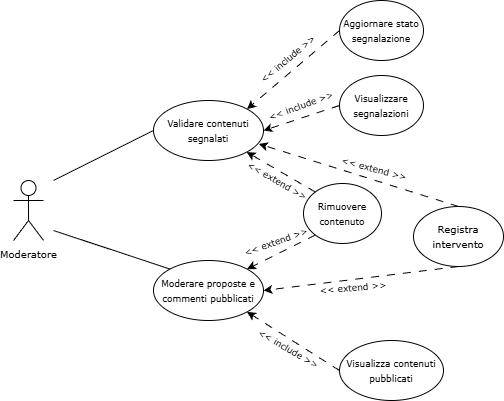
Trento-Decide/Deliverable-1 keeps this draw.io diagram as img/usecase/Moderatore.png. Above is the earlier version. Source tidied: cells renumbered, new cells last; positions are measured from the earlier drawing's top-left corner, leaving out a move shared by most shapes.
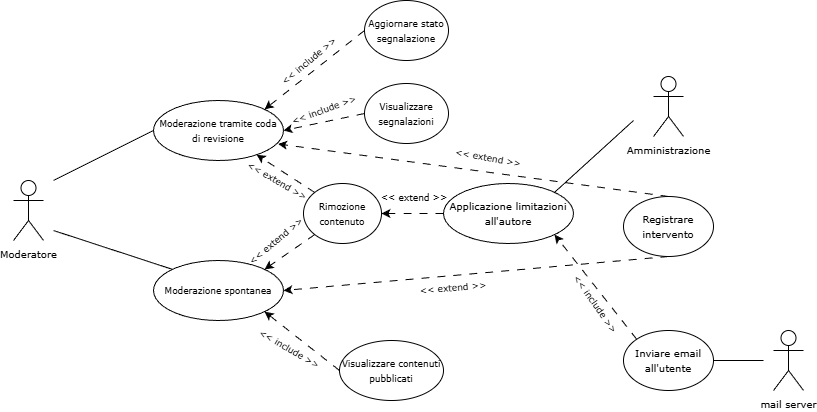
After the commit.

Commit message:
Revisione ch1, ch2, ch3, use case di moderatore e amministratore.

Change to the diagram source:
```diff
@@ -14,27 +14,27 @@
       <mxGeometry relative="1" as="geometry" />
     </mxCell>
     <mxCell id="5" value="&amp;lt;&amp;lt; include &amp;gt;&amp;gt;" style="text;html=1;whiteSpace=wrap;strokeColor=none;fillColor=none;align=center;verticalAlign=middle;rounded=0;fontSize=9;fontStyle=0;fontFamily=Verdana;rotation=30;" parent="1" vertex="1">
-      <mxGeometry x="235" y="334" width="80" height="30" as="geometry" />
+      <mxGeometry x="236" y="334" width="80" height="30" as="geometry" />
     </mxCell>
     <mxCell id="6" value="&amp;lt;&amp;lt; extend &amp;gt;&amp;gt;" style="text;html=1;whiteSpace=wrap;strokeColor=none;fillColor=none;align=center;verticalAlign=middle;rounded=0;fontSize=9;fontStyle=0;fontFamily=Verdana;rotation=-5;" parent="1" vertex="1">
-      <mxGeometry x="300" y="273" width="80" height="30" as="geometry" />
+      <mxGeometry x="400" y="273" width="80" height="30" as="geometry" />
     </mxCell>
-    <mxCell id="7" value="&lt;font style=&quot;font-size: 9px;&quot; face=&quot;Verdana&quot;&gt;Validare contenuti segnalati&lt;/font&gt;" style="ellipse;whiteSpace=wrap;html=1;" parent="1" vertex="1">
-      <mxGeometry x="140" y="100" width="110" height="60" as="geometry" />
+    <mxCell id="7" value="&lt;font style=&quot;font-size: 9px;&quot; face=&quot;Verdana&quot;&gt;Moderazione tramite coda di revisione&lt;/font&gt;" style="ellipse;whiteSpace=wrap;html=1;" parent="1" vertex="1">
+      <mxGeometry x="140" y="100" width="130" height="60" as="geometry" />
     </mxCell>
-    <mxCell id="8" value="&lt;font style=&quot;font-size: 9px;&quot; face=&quot;Verdana&quot;&gt;Moderare proposte e commenti pubblicati&lt;/font&gt;" style="ellipse;whiteSpace=wrap;html=1;" parent="1" vertex="1">
-      <mxGeometry x="140" y="260" width="110" height="60" as="geometry" />
+    <mxCell id="8" value="&lt;font style=&quot;font-size: 9px;&quot; face=&quot;Verdana&quot;&gt;Moderazione spontanea&lt;/font&gt;" style="ellipse;whiteSpace=wrap;html=1;" parent="1" vertex="1">
+      <mxGeometry x="140" y="260" width="130" height="60" as="geometry" />
     </mxCell>
     <mxCell id="9" style="endArrow=none;html=1;rounded=1;curved=0;exitX=0;exitY=0;exitDx=0;exitDy=0;" parent="1" edge="1" source="8">
       <mxGeometry relative="1" as="geometry">
         <mxPoint x="40" y="230" as="targetPoint" />
       </mxGeometry>
     </mxCell>
-    <mxCell id="10" value="&lt;font style=&quot;font-size: 9px;&quot; face=&quot;Verdana&quot;&gt;Rimuovere contenuto&lt;/font&gt;" style="ellipse;whiteSpace=wrap;html=1;" parent="1" vertex="1">
+    <mxCell id="10" value="&lt;font style=&quot;font-size: 9px;&quot; face=&quot;Verdana&quot;&gt;Rimozione contenuto&lt;/font&gt;" style="ellipse;whiteSpace=wrap;html=1;" parent="1" vertex="1">
       <mxGeometry x="290" y="183" width="78" height="60" as="geometry" />
     </mxCell>
     <mxCell id="11" value="&lt;font style=&quot;font-size: 9px;&quot; face=&quot;Verdana&quot;&gt;Visualizzare segnalazioni&lt;/font&gt;" style="ellipse;whiteSpace=wrap;html=1;" parent="1" vertex="1">
-      <mxGeometry x="326" y="75" width="84" height="60" as="geometry" />
+      <mxGeometry x="351" y="83" width="84" height="60" as="geometry" />
     </mxCell>
     <mxCell id="12" style="endArrow=classic;html=1;rounded=1;dashed=1;dashPattern=8 8;curved=0;exitX=0;exitY=1;exitDx=0;exitDy=0;entryX=1;entryY=0;entryDx=0;entryDy=0;" parent="1" edge="1" source="10" target="8">
       <mxGeometry relative="1" as="geometry" />
@@ -42,32 +42,32 @@
     <mxCell id="13" style="endArrow=classic;html=1;rounded=1;dashed=1;dashPattern=8 8;curved=0;exitX=0;exitY=0.5;exitDx=0;exitDy=0;entryX=1;entryY=0.5;entryDx=0;entryDy=0;" parent="1" edge="1" source="11" target="7">
       <mxGeometry relative="1" as="geometry" />
     </mxCell>
-    <mxCell id="14" value="&amp;lt;&amp;lt; extend &amp;gt;&amp;gt;" style="text;html=1;whiteSpace=wrap;strokeColor=none;fillColor=none;align=center;verticalAlign=middle;rounded=0;fontSize=9;fontStyle=0;fontFamily=Verdana;rotation=-20;" parent="1" vertex="1">
-      <mxGeometry x="223" y="227" width="80" height="30" as="geometry" />
+    <mxCell id="14" value="&amp;lt;&amp;lt; extend &amp;gt;&amp;gt;" style="text;html=1;whiteSpace=wrap;strokeColor=none;fillColor=none;align=center;verticalAlign=middle;rounded=0;fontSize=9;fontStyle=0;fontFamily=Verdana;rotation=-40;" parent="1" vertex="1">
+      <mxGeometry x="223" y="226" width="80" height="30" as="geometry" />
     </mxCell>
     <mxCell id="15" value="&amp;lt;&amp;lt; extend &amp;gt;&amp;gt;" style="text;html=1;whiteSpace=wrap;strokeColor=none;fillColor=none;align=center;verticalAlign=middle;rounded=0;fontSize=9;fontStyle=0;fontFamily=Verdana;rotation=30;" parent="1" vertex="1">
       <mxGeometry x="224" y="166" width="80" height="30" as="geometry" />
     </mxCell>
     <mxCell id="16" value="&amp;lt;&amp;lt; include &amp;gt;&amp;gt;" style="text;html=1;whiteSpace=wrap;strokeColor=none;fillColor=none;align=center;verticalAlign=middle;rounded=0;fontSize=9;fontStyle=0;fontFamily=Verdana;rotation=-20;" parent="1" vertex="1">
-      <mxGeometry x="248" y="91" width="80" height="30" as="geometry" />
+      <mxGeometry x="271" y="95" width="80" height="30" as="geometry" />
     </mxCell>
     <mxCell id="17" value="&amp;lt;&amp;lt; include &amp;gt;&amp;gt;" style="text;html=1;whiteSpace=wrap;strokeColor=none;fillColor=none;align=center;verticalAlign=middle;rounded=0;fontSize=9;fontStyle=0;fontFamily=Verdana;rotation=-40;" parent="1" vertex="1">
-      <mxGeometry x="235" y="44" width="80" height="30" as="geometry" />
+      <mxGeometry x="256" y="46" width="80" height="30" as="geometry" />
     </mxCell>
     <mxCell id="18" value="&lt;font style=&quot;font-size: 9px;&quot; face=&quot;Verdana&quot;&gt;Aggiornare stato segnalazione&lt;/font&gt;" style="ellipse;whiteSpace=wrap;html=1;" parent="1" vertex="1">
-      <mxGeometry x="326" width="84" height="60" as="geometry" />
+      <mxGeometry x="351" width="84" height="60" as="geometry" />
     </mxCell>
     <mxCell id="19" style="endArrow=classic;html=1;rounded=1;dashed=1;dashPattern=8 8;curved=0;exitX=0;exitY=0.5;exitDx=0;exitDy=0;entryX=1;entryY=0;entryDx=0;entryDy=0;" parent="1" edge="1" source="18" target="7">
       <mxGeometry relative="1" as="geometry" />
     </mxCell>
-    <mxCell id="20" value="&lt;font style=&quot;font-size: 9px;&quot; face=&quot;Verdana&quot;&gt;Visualizza contenuti pubblicati&lt;/font&gt;" style="ellipse;whiteSpace=wrap;html=1;" parent="1" vertex="1">
+    <mxCell id="20" value="&lt;font style=&quot;font-size: 9px;&quot; face=&quot;Verdana&quot;&gt;Visualizzare contenuti pubblicati&lt;/font&gt;" style="ellipse;whiteSpace=wrap;html=1;" parent="1" vertex="1">
       <mxGeometry x="326" y="340" width="104" height="60" as="geometry" />
     </mxCell>
     <mxCell id="21" style="endArrow=classic;html=1;rounded=1;dashed=1;dashPattern=8 8;curved=0;exitX=0;exitY=0.5;exitDx=0;exitDy=0;entryX=1;entryY=1;entryDx=0;entryDy=0;" parent="1" edge="1" source="20" target="8">
       <mxGeometry relative="1" as="geometry" />
     </mxCell>
-    <mxCell id="22" value="&lt;font face=&quot;Verdana&quot; size=&quot;1&quot;&gt;Registra intervento&lt;/font&gt;" style="ellipse;whiteSpace=wrap;html=1;" parent="1" vertex="1">
-      <mxGeometry x="400" y="206" width="90" height="60" as="geometry" />
+    <mxCell id="22" value="&lt;font face=&quot;Verdana&quot; size=&quot;1&quot;&gt;Registrare intervento&lt;/font&gt;" style="ellipse;whiteSpace=wrap;html=1;" parent="1" vertex="1">
+      <mxGeometry x="610" y="196" width="90" height="60" as="geometry" />
     </mxCell>
     <mxCell id="23" style="endArrow=classic;html=1;rounded=1;dashed=1;dashPattern=8 8;curved=0;exitX=0.5;exitY=1;exitDx=0;exitDy=0;entryX=1;entryY=0.5;entryDx=0;entryDy=0;" parent="1" edge="1" source="22" target="8">
       <mxGeometry relative="1" as="geometry" />
@@ -75,8 +75,42 @@
     <mxCell id="24" style="endArrow=classic;html=1;rounded=1;dashed=1;dashPattern=8 8;curved=0;exitX=0.5;exitY=0;exitDx=0;exitDy=0;entryX=0.958;entryY=0.724;entryDx=0;entryDy=0;entryPerimeter=0;" parent="1" edge="1" source="22" target="7">
       <mxGeometry relative="1" as="geometry" />
     </mxCell>
-    <mxCell id="25" value="&amp;lt;&amp;lt; extend &amp;gt;&amp;gt;" style="text;html=1;whiteSpace=wrap;strokeColor=none;fillColor=none;align=center;verticalAlign=middle;rounded=0;fontSize=9;fontStyle=0;fontFamily=Verdana;rotation=15;" parent="1" vertex="1">
-      <mxGeometry x="321" y="154" width="80" height="30" as="geometry" />
+    <mxCell id="25" value="&amp;lt;&amp;lt; extend &amp;gt;&amp;gt;" style="text;html=1;whiteSpace=wrap;strokeColor=none;fillColor=none;align=center;verticalAlign=middle;rounded=0;fontSize=9;fontStyle=0;fontFamily=Verdana;rotation=10;" parent="1" vertex="1">
+      <mxGeometry x="435" y="143" width="80" height="30" as="geometry" />
     </mxCell>
+    <mxCell id="26" value="&lt;font face=&quot;Verdana&quot; size=&quot;1&quot;&gt;Applicazione limitazioni all'autore&lt;/font&gt;" style="ellipse;whiteSpace=wrap;html=1;" parent="1" vertex="1">
+      <mxGeometry x="430" y="183" width="130" height="60" as="geometry" />
+    </mxCell>
+    <mxCell id="27" style="endArrow=classic;html=1;rounded=1;dashed=1;dashPattern=8 8;curved=0;exitX=0;exitY=0.5;exitDx=0;exitDy=0;entryX=1;entryY=0.5;entryDx=0;entryDy=0;" parent="1" edge="1" source="26" target="10">
+      <mxGeometry relative="1" as="geometry" />
+    </mxCell>
+    <mxCell id="28" value="&amp;lt;&amp;lt; extend &amp;gt;&amp;gt;" style="text;html=1;whiteSpace=wrap;strokeColor=none;fillColor=none;align=center;verticalAlign=middle;rounded=0;fontSize=9;fontStyle=0;fontFamily=Verdana;rotation=0;" parent="1" vertex="1">
+      <mxGeometry x="361" y="183" width="80" height="30" as="geometry" />
+    </mxCell>
+    <mxCell id="29" value="&lt;font face=&quot;Verdana&quot; style=&quot;font-size: 10px;&quot;&gt;Amministrazione&lt;/font&gt;" style="shape=umlActor;verticalLabelPosition=bottom;verticalAlign=top;html=1;" parent="1" vertex="1">
+      <mxGeometry x="640" y="76" width="30" height="60" as="geometry" />
+    </mxCell>
+    <mxCell id="30" style="endArrow=none;html=1;rounded=1;curved=0;entryX=1;entryY=0;entryDx=0;entryDy=0;" parent="1" edge="1" target="26">
+      <mxGeometry relative="1" as="geometry">
+        <mxPoint x="620" y="120" as="sourcePoint" />
+      </mxGeometry>
+    </mxCell>
+    <mxCell id="31" value="&lt;font face=&quot;Verdana&quot; style=&quot;font-size: 10px;&quot;&gt;mail server&lt;/font&gt;" style="shape=umlActor;verticalLabelPosition=bottom;verticalAlign=top;html=1;" parent="1" vertex="1">
+      <mxGeometry x="760" y="330" width="30" height="60" as="geometry" />
+    </mxCell>
+    <mxCell id="32" style="endArrow=none;html=1;rounded=1;curved=0;exitX=1;exitY=0.5;exitDx=0;exitDy=0;" parent="1" edge="1" source="34">
+      <mxGeometry relative="1" as="geometry">
+        <mxPoint x="750" y="360" as="targetPoint" />
+      </mxGeometry>
+    </mxCell>
+    <mxCell id="33" style="endArrow=classic;html=1;rounded=1;dashed=1;dashPattern=8 8;curved=0;entryX=1;entryY=1;entryDx=0;entryDy=0;exitX=0;exitY=0;exitDx=0;exitDy=0;" parent="1" edge="1" source="34" target="26">
+      <mxGeometry relative="1" as="geometry" />
+    </mxCell>
+    <mxCell id="34" value="&lt;font face=&quot;Verdana&quot; size=&quot;1&quot;&gt;Inviare email all'utente&lt;/font&gt;" style="ellipse;whiteSpace=wrap;html=1;" parent="1" vertex="1">
+      <mxGeometry x="610" y="330" width="90" height="60" as="geometry" />
+    </mxCell>
+    <mxCell id="35" value="&amp;lt;&amp;lt; include &amp;gt;&amp;gt;" style="text;html=1;whiteSpace=wrap;strokeColor=none;fillColor=none;align=center;verticalAlign=middle;rounded=0;fontSize=9;fontStyle=0;fontFamily=Verdana;rotation=55;" parent="1" vertex="1">
+      <mxGeometry x="542" y="289" width="80" height="30" as="geometry" />
+    </mxCell>
   </root>
 </mxGraphModel>
```
